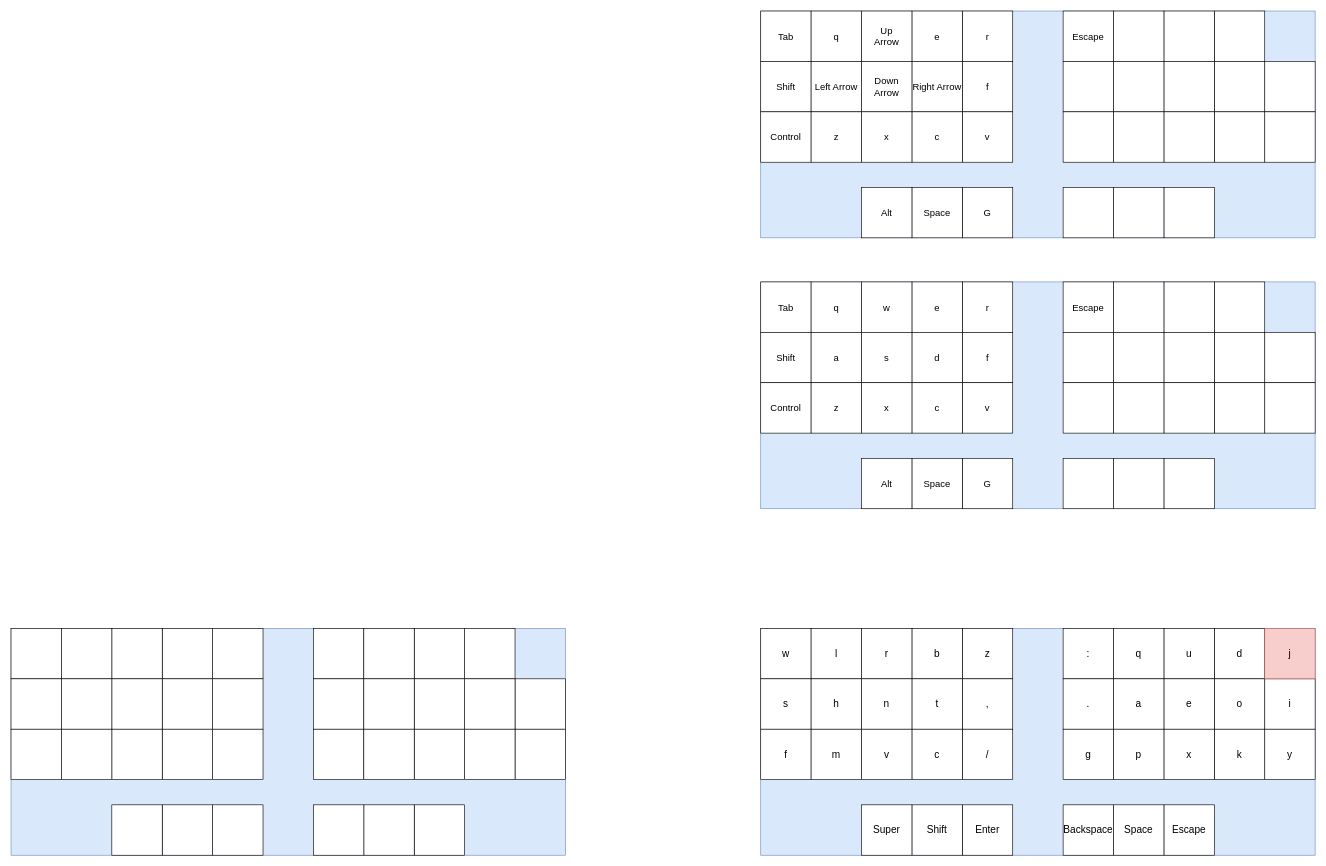
The draw.io diagram diagram/Chocofi Layout.drawio in cutthroat78/chocofi-qmk-layout, before the edit. Source tidied: cells renumbered, new cells numbered last; positions are measured from the earlier drawing's top-left corner, leaving out a move shared by most shapes. Both pictures are drawn from the tidied source at 63%, with x=0, y=0 at pixel (11, 11).
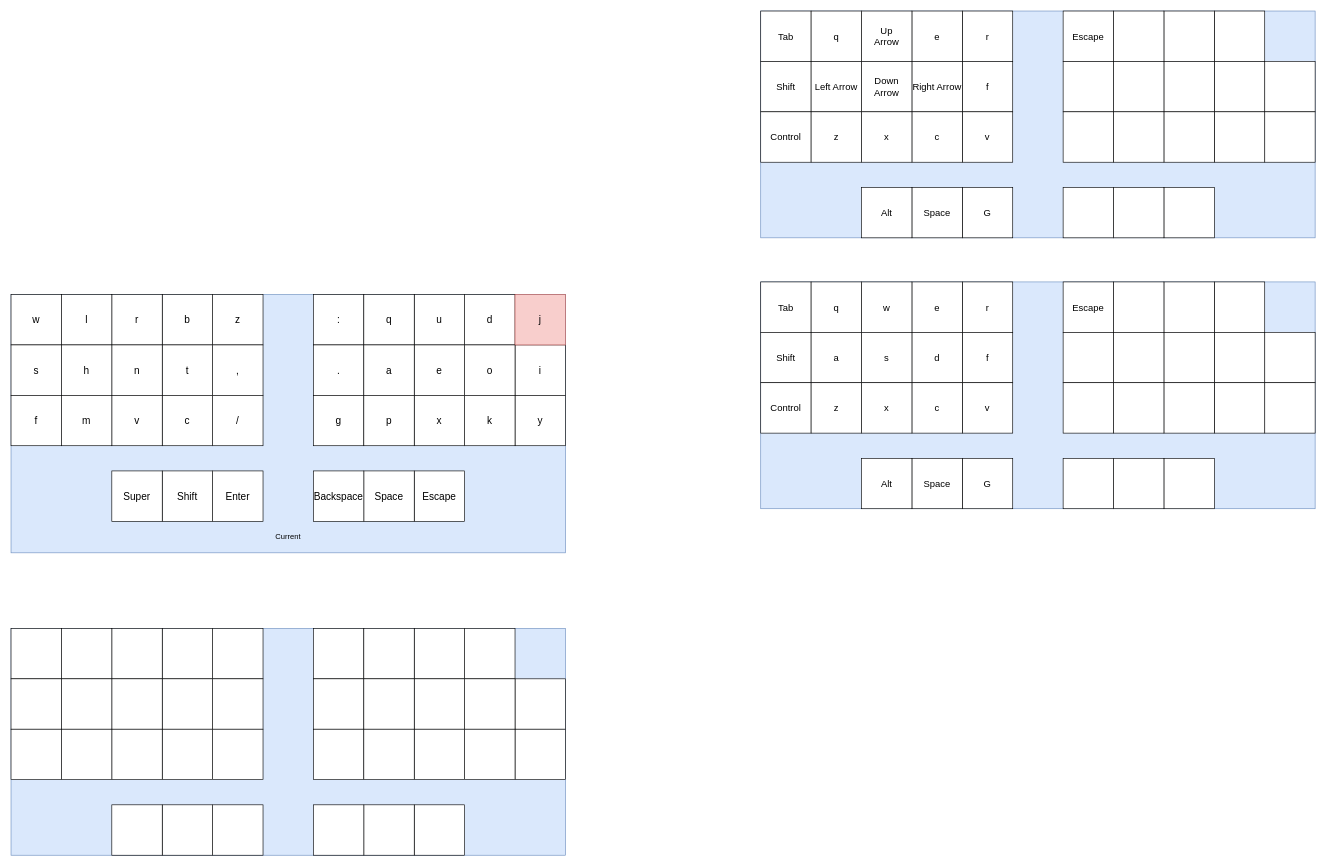
The same diagram, later.

The edit, as a diff of the source:
```diff
@@
-    <mxCell id="3" style="rounded=0;whiteSpace=wrap;html=1;fillColor=#dae8fc;strokeColor=#6c8ebf;" parent="1" vertex="1">
-      <mxGeometry x="1190" y="980" width="880" height="360" as="geometry" />
+    <mxCell id="3" value="&lt;br&gt;&lt;br&gt;&lt;br&gt;&lt;br&gt;&lt;br&gt;&lt;br&gt;&lt;br&gt;&lt;br&gt;&lt;br&gt;&lt;br&gt;&lt;br&gt;&lt;br&gt;&lt;br&gt;&lt;br&gt;&lt;br&gt;&lt;br&gt;&lt;br&gt;&lt;br&gt;&lt;br&gt;&lt;br&gt;&lt;br&gt;&lt;br&gt;&lt;br&gt;&lt;br&gt;&lt;br&gt;Current" style="rounded=0;whiteSpace=wrap;html=1;fillColor=#dae8fc;strokeColor=#6c8ebf;" parent="1" vertex="1">
+      <mxGeometry y="450" width="880" height="410" as="geometry" />
     </mxCell>
@@
     <mxCell id="40" value="w" style="whiteSpace=wrap;html=1;fontSize=16;" parent="1" vertex="1">
-      <mxGeometry x="1190" y="980" width="80" height="80" as="geometry" />
+      <mxGeometry y="450" width="80" height="80" as="geometry" />
     </mxCell>
     <mxCell id="41" value="z" style="whiteSpace=wrap;html=1;fontSize=16;" parent="1" vertex="1">
-      <mxGeometry x="1510" y="980" width="80" height="80" as="geometry" />
+      <mxGeometry x="320" y="450" width="80" height="80" as="geometry" />
     </mxCell>
     <mxCell id="42" value="b" style="whiteSpace=wrap;html=1;fontSize=16;" parent="1" vertex="1">
-      <mxGeometry x="1430" y="980" width="80" height="80" as="geometry" />
+      <mxGeometry x="240" y="450" width="80" height="80" as="geometry" />
     </mxCell>
     <mxCell id="43" value="r" style="whiteSpace=wrap;html=1;fontSize=16;" parent="1" vertex="1">
-      <mxGeometry x="1350" y="980" width="80" height="80" as="geometry" />
+      <mxGeometry x="160" y="450" width="80" height="80" as="geometry" />
     </mxCell>
     <mxCell id="44" value="l" style="whiteSpace=wrap;html=1;fontSize=16;" parent="1" vertex="1">
-      <mxGeometry x="1270" y="980" width="80" height="80" as="geometry" />
+      <mxGeometry x="80" y="450" width="80" height="80" as="geometry" />
     </mxCell>
     <mxCell id="45" value="s" style="whiteSpace=wrap;html=1;fontSize=16;" parent="1" vertex="1">
-      <mxGeometry x="1190" y="1060" width="80" height="80" as="geometry" />
+      <mxGeometry y="530" width="80" height="80" as="geometry" />
     </mxCell>
     <mxCell id="46" value="," style="whiteSpace=wrap;html=1;fontSize=16;" parent="1" vertex="1">
-      <mxGeometry x="1510" y="1060" width="80" height="80" as="geometry" />
+      <mxGeometry x="320" y="530" width="80" height="80" as="geometry" />
     </mxCell>
     <mxCell id="47" value="t" style="whiteSpace=wrap;html=1;fontSize=16;" parent="1" vertex="1">
-      <mxGeometry x="1430" y="1060" width="80" height="80" as="geometry" />
+      <mxGeometry x="240" y="530" width="80" height="80" as="geometry" />
     </mxCell>
     <mxCell id="48" value="n" style="whiteSpace=wrap;html=1;fontSize=16;" parent="1" vertex="1">
-      <mxGeometry x="1350" y="1060" width="80" height="80" as="geometry" />
+      <mxGeometry x="160" y="530" width="80" height="80" as="geometry" />
     </mxCell>
     <mxCell id="49" value="h" style="whiteSpace=wrap;html=1;fontSize=16;" parent="1" vertex="1">
-      <mxGeometry x="1270" y="1060" width="80" height="80" as="geometry" />
+      <mxGeometry x="80" y="530" width="80" height="80" as="geometry" />
     </mxCell>
     <mxCell id="50" value="f" style="whiteSpace=wrap;html=1;fontSize=16;" parent="1" vertex="1">
-      <mxGeometry x="1190" y="1140" width="80" height="80" as="geometry" />
+      <mxGeometry y="610" width="80" height="80" as="geometry" />
     </mxCell>
     <mxCell id="51" value="/" style="whiteSpace=wrap;html=1;fontSize=16;" parent="1" vertex="1">
-      <mxGeometry x="1510" y="1140" width="80" height="80" as="geometry" />
+      <mxGeometry x="320" y="610" width="80" height="80" as="geometry" />
     </mxCell>
     <mxCell id="52" value="c" style="whiteSpace=wrap;html=1;fontSize=16;" parent="1" vertex="1">
-      <mxGeometry x="1430" y="1140" width="80" height="80" as="geometry" />
+      <mxGeometry x="240" y="610" width="80" height="80" as="geometry" />
     </mxCell>
     <mxCell id="53" value="v" style="whiteSpace=wrap;html=1;fontSize=16;" parent="1" vertex="1">
-      <mxGeometry x="1350" y="1140" width="80" height="80" as="geometry" />
+      <mxGeometry x="160" y="610" width="80" height="80" as="geometry" />
     </mxCell>
     <mxCell id="54" value="m" style="whiteSpace=wrap;html=1;fontSize=16;" parent="1" vertex="1">
-      <mxGeometry x="1270" y="1140" width="80" height="80" as="geometry" />
+      <mxGeometry x="80" y="610" width="80" height="80" as="geometry" />
     </mxCell>
     <mxCell id="55" value="&lt;div style=&quot;font-size: 16px;&quot;&gt;Enter&lt;/div&gt;" style="whiteSpace=wrap;html=1;fontSize=16;" parent="1" vertex="1">
-      <mxGeometry x="1510" y="1260" width="80" height="80" as="geometry" />
+      <mxGeometry x="320" y="730" width="80" height="80" as="geometry" />
     </mxCell>
     <mxCell id="56" value="Shift" style="whiteSpace=wrap;html=1;fontSize=16;" parent="1" vertex="1">
-      <mxGeometry x="1430" y="1260" width="80" height="80" as="geometry" />
+      <mxGeometry x="240" y="730" width="80" height="80" as="geometry" />
     </mxCell>
     <mxCell id="57" value="Super" style="whiteSpace=wrap;html=1;fontSize=16;" parent="1" vertex="1">
-      <mxGeometry x="1350" y="1260" width="80" height="80" as="geometry" />
+      <mxGeometry x="160" y="730" width="80" height="80" as="geometry" />
     </mxCell>
     <mxCell id="58" value=":" style="whiteSpace=wrap;html=1;fontSize=16;" parent="1" vertex="1">
-      <mxGeometry x="1670" y="980" width="80" height="80" as="geometry" />
+      <mxGeometry x="480" y="450" width="80" height="80" as="geometry" />
     </mxCell>
     <mxCell id="59" value="d" style="whiteSpace=wrap;html=1;fontSize=16;" parent="1" vertex="1">
-      <mxGeometry x="1910" y="980" width="80" height="80" as="geometry" />
+      <mxGeometry x="720" y="450" width="80" height="80" as="geometry" />
     </mxCell>
     <mxCell id="60" value="u" style="whiteSpace=wrap;html=1;fontSize=16;" parent="1" vertex="1">
-      <mxGeometry x="1830" y="980" width="80" height="80" as="geometry" />
+      <mxGeometry x="640" y="450" width="80" height="80" as="geometry" />
     </mxCell>
     <mxCell id="61" value="q" style="whiteSpace=wrap;html=1;fontSize=16;" parent="1" vertex="1">
-      <mxGeometry x="1750" y="980" width="80" height="80" as="geometry" />
+      <mxGeometry x="560" y="450" width="80" height="80" as="geometry" />
     </mxCell>
     <mxCell id="62" value="." style="whiteSpace=wrap;html=1;fontSize=16;" parent="1" vertex="1">
-      <mxGeometry x="1670" y="1060" width="80" height="80" as="geometry" />
+      <mxGeometry x="480" y="530" width="80" height="80" as="geometry" />
     </mxCell>
     <mxCell id="63" value="i" style="whiteSpace=wrap;html=1;fontSize=16;" parent="1" vertex="1">
-      <mxGeometry x="1990" y="1060" width="80" height="80" as="geometry" />
+      <mxGeometry x="800" y="530" width="80" height="80" as="geometry" />
     </mxCell>
     <mxCell id="64" value="o" style="whiteSpace=wrap;html=1;fontSize=16;" parent="1" vertex="1">
-      <mxGeometry x="1910" y="1060" width="80" height="80" as="geometry" />
+      <mxGeometry x="720" y="530" width="80" height="80" as="geometry" />
     </mxCell>
     <mxCell id="65" value="e" style="whiteSpace=wrap;html=1;fontSize=16;" parent="1" vertex="1">
-      <mxGeometry x="1830" y="1060" width="80" height="80" as="geometry" />
+      <mxGeometry x="640" y="530" width="80" height="80" as="geometry" />
     </mxCell>
     <mxCell id="66" value="a" style="whiteSpace=wrap;html=1;fontSize=16;" parent="1" vertex="1">
-      <mxGeometry x="1750" y="1060" width="80" height="80" as="geometry" />
+      <mxGeometry x="560" y="530" width="80" height="80" as="geometry" />
     </mxCell>
     <mxCell id="67" value="g" style="whiteSpace=wrap;html=1;fontSize=16;" parent="1" vertex="1">
-      <mxGeometry x="1670" y="1140" width="80" height="80" as="geometry" />
+      <mxGeometry x="480" y="610" width="80" height="80" as="geometry" />
     </mxCell>
     <mxCell id="68" value="y" style="whiteSpace=wrap;html=1;fontSize=16;" parent="1" vertex="1">
-      <mxGeometry x="1990" y="1140" width="80" height="80" as="geometry" />
+      <mxGeometry x="800" y="610" width="80" height="80" as="geometry" />
     </mxCell>
     <mxCell id="69" value="k" style="whiteSpace=wrap;html=1;fontSize=16;" parent="1" vertex="1">
-      <mxGeometry x="1910" y="1140" width="80" height="80" as="geometry" />
+      <mxGeometry x="720" y="610" width="80" height="80" as="geometry" />
     </mxCell>
     <mxCell id="70" value="x" style="whiteSpace=wrap;html=1;fontSize=16;" parent="1" vertex="1">
-      <mxGeometry x="1830" y="1140" width="80" height="80" as="geometry" />
+      <mxGeometry x="640" y="610" width="80" height="80" as="geometry" />
     </mxCell>
     <mxCell id="71" value="p" style="whiteSpace=wrap;html=1;fontSize=16;" parent="1" vertex="1">
-      <mxGeometry x="1750" y="1140" width="80" height="80" as="geometry" />
+      <mxGeometry x="560" y="610" width="80" height="80" as="geometry" />
     </mxCell>
     <mxCell id="72" value="Escape" style="whiteSpace=wrap;html=1;fontSize=16;" parent="1" vertex="1">
-      <mxGeometry x="1830" y="1260" width="80" height="80" as="geometry" />
+      <mxGeometry x="640" y="730" width="80" height="80" as="geometry" />
     </mxCell>
     <mxCell id="73" value="Space" style="whiteSpace=wrap;html=1;fontSize=16;" parent="1" vertex="1">
-      <mxGeometry x="1750" y="1260" width="80" height="80" as="geometry" />
+      <mxGeometry x="560" y="730" width="80" height="80" as="geometry" />
     </mxCell>
     <mxCell id="74" value="Backspace" style="whiteSpace=wrap;html=1;fontSize=16;" parent="1" vertex="1">
-      <mxGeometry x="1670" y="1260" width="80" height="80" as="geometry" />
+      <mxGeometry x="480" y="730" width="80" height="80" as="geometry" />
     </mxCell>
     <mxCell id="75" value="j" style="whiteSpace=wrap;html=1;fillColor=#f8cecc;strokeColor=#b85450;fontSize=16;" parent="1" vertex="1">
-      <mxGeometry x="1990" y="980" width="80" height="80" as="geometry" />
+      <mxGeometry x="800" y="450" width="80" height="80" as="geometry" />
     </mxCell>
```
